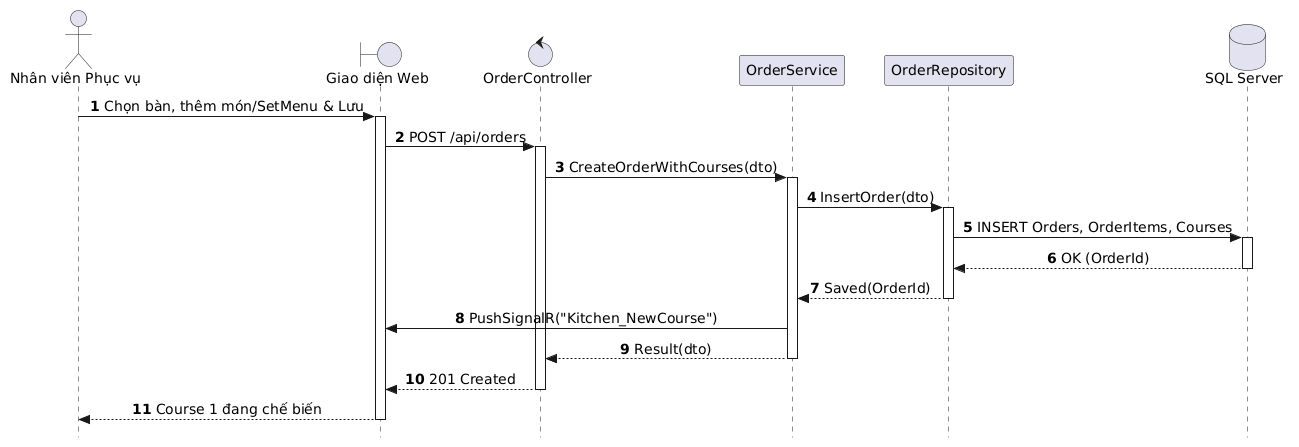
This is out/docs/puml/sequences/SD_UC_E1_1_Create_Order/SD_UC_E1_1_Create_Order.png from AndrewQng/VinDining, a PlantUML export, as it was before one commit. Its diagram source:
```plantuml
@startuml
autonumber
skinparam style strictuml
skinparam sequenceMessageAlign center
skinparam responseMessageBelowArrow true
skinparam defaultFontName "Segoe UI", Arial, sans-serif
skinparam defaultFontSize 14

actor "Nhân viên Phục vụ" as Waitstaff
boundary "Giao diện Web" as UI
control "OrderController" as Controller
participant "OrderService" as Service
participant "OrderRepository" as Repo
database "SQL Server" as DB

Waitstaff -> UI: Chọn bàn, thêm món/SetMenu & Lưu
activate UI

UI -> Controller: POST /api/orders
activate Controller

Controller -> Service: CreateOrderWithCourses(dto)
activate Service

Service -> Repo: InsertOrder(dto)
activate Repo

Repo -> DB: INSERT Orders, OrderItems, Courses
activate DB
DB --> Repo: OK (OrderId)
deactivate DB

Repo --> Service: Saved(OrderId)
deactivate Repo

Service -> UI: PushSignalR("Kitchen_NewCourse")

Service --> Controller: Result(dto)
deactivate Service

Controller --> UI: 201 Created
deactivate Controller

UI --> Waitstaff: Course 1 đang chế biến
deactivate UI
@enduml
```
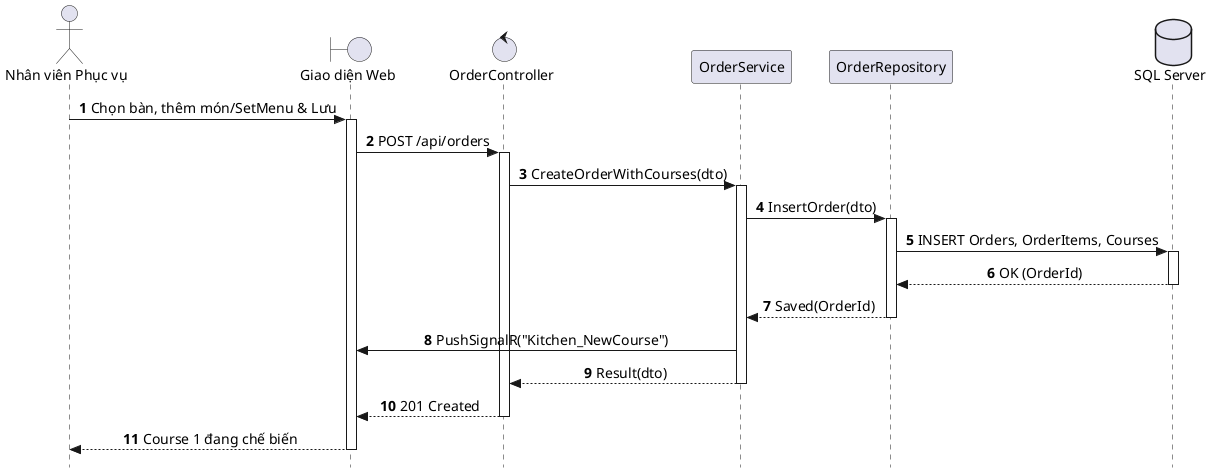
Above is the later version.

Change to the diagram source:
```diff
@@ -1,4 +1,4 @@
-@startuml
+@startuml SD_UC_E1_1_Create_Order
 autonumber
 skinparam style strictuml
 skinparam sequenceMessageAlign center
@@ -43,4 +43,5 @@
 
 UI --> Waitstaff: Course 1 đang chế biến
 deactivate UI
+
 @enduml
```
